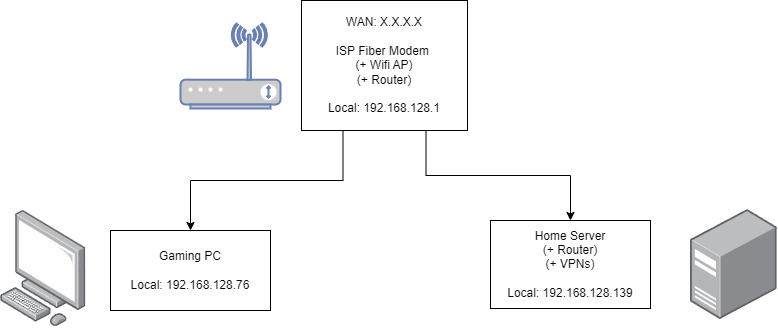
Before: assets/home_network.drawio.png, a diagram exported from draw.io (ckcr4lyf/home-network). Source tidied: cells renumbered, new cells last; positions are measured from the earlier drawing's top-left corner, leaving out a move shared by most shapes.
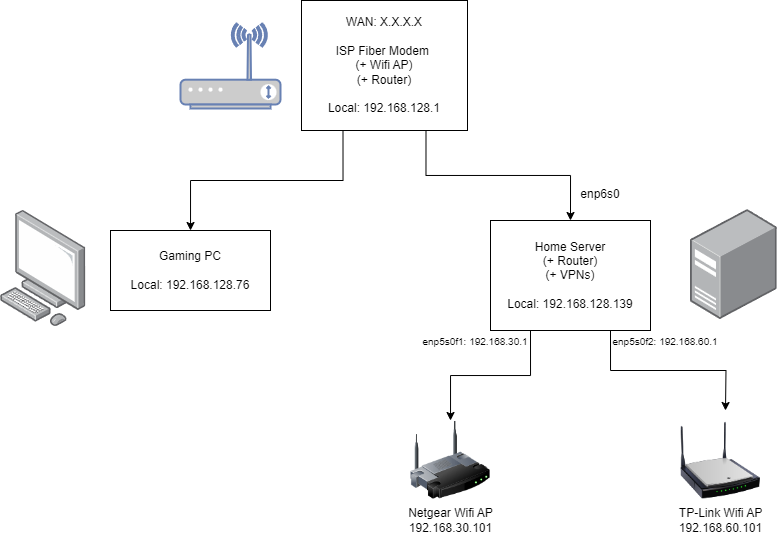
The same file after the commit.

Commit message:
Update diagram a bit

Diff of the diagram source:
```diff
@@ -20,11 +20,40 @@
     <mxCell id="7" style="html=1;align=center;shadow=0;dashed=0;image;image=img/lib/allied_telesis/computer_and_terminals/Personal_Computer.svg;" parent="1" vertex="1">
       <mxGeometry y="210" width="85.6" height="116" as="geometry" />
     </mxCell>
+    <mxCell id="10" style="edgeStyle=orthogonalEdgeStyle;rounded=0;jettySize=auto;html=1;exitX=0.25;exitY=1;exitDx=0;exitDy=0;" parent="1" edge="1" source="8" target="12">
+      <mxGeometry relative="1" as="geometry" />
+    </mxCell>
     <mxCell id="8" value="Home Server&lt;br&gt;(+ Router)&lt;br&gt;(+ VPNs)&lt;br&gt;&lt;br style=&quot;border-color: var(--border-color);&quot;&gt;Local: 192.168.128.139" style="rounded=0;whiteSpace=wrap;html=1;" parent="1" vertex="1">
-      <mxGeometry x="490" y="220" width="160" height="88" as="geometry" />
+      <mxGeometry x="490" y="220" width="160" height="110" as="geometry" />
     </mxCell>
     <mxCell id="9" style="html=1;align=center;shadow=0;dashed=0;image;image=img/lib/allied_telesis/computer_and_terminals/Server_Desktop.svg;" parent="1" vertex="1">
       <mxGeometry x="690" y="209" width="86.8" height="110" as="geometry" />
     </mxCell>
+    <mxCell id="11" value="enp6s0" style="text;html=1;align=center;verticalAlign=middle;whiteSpace=wrap;rounded=0;" parent="1" vertex="1">
+      <mxGeometry x="570" y="179" width="60" height="30" as="geometry" />
+    </mxCell>
+    <mxCell id="12" style="image;html=1;image=img/lib/clip_art/networking/Wireless_Router_128x128.png;" parent="1" vertex="1">
+      <mxGeometry x="410" y="420" width="80" height="80" as="geometry" />
+    </mxCell>
+    <mxCell id="13" style="image;html=1;image=img/lib/clip_art/networking/Wireless_Router_N_128x128.png;" parent="1" vertex="1">
+      <mxGeometry x="680" y="420" width="80" height="80" as="geometry" />
+    </mxCell>
+    <mxCell id="14" value="Netgear Wifi AP&lt;br&gt;192.168.30.101" style="text;html=1;align=center;verticalAlign=middle;strokeColor=none;fillColor=none;" parent="1" vertex="1">
+      <mxGeometry x="395" y="500" width="110" height="40" as="geometry" />
+    </mxCell>
+    <mxCell id="15" style="edgeStyle=orthogonalEdgeStyle;rounded=0;jettySize=auto;html=1;exitX=0.75;exitY=1;exitDx=0;exitDy=0;" parent="1" edge="1" source="8">
+      <mxGeometry relative="1" as="geometry">
+        <mxPoint x="725" y="410" as="targetPoint" />
+      </mxGeometry>
+    </mxCell>
+    <mxCell id="16" value="TP-Link Wifi AP&lt;br&gt;192.168.60.101" style="text;html=1;align=center;verticalAlign=middle;strokeColor=none;fillColor=none;" parent="1" vertex="1">
+      <mxGeometry x="665" y="500" width="110" height="40" as="geometry" />
+    </mxCell>
+    <mxCell id="17" value="enp5s0f1: 192.168.30.1" style="text;html=1;align=center;verticalAlign=middle;whiteSpace=wrap;rounded=0;fontSize=10;" parent="1" vertex="1">
+      <mxGeometry x="410" y="326" width="130" height="30" as="geometry" />
+    </mxCell>
+    <mxCell id="18" value="&lt;font style=&quot;font-size: 10px;&quot;&gt;enp5s0f2: 192.168.60.1&lt;/font&gt;" style="text;html=1;align=center;verticalAlign=middle;whiteSpace=wrap;rounded=0;fontSize=8;" parent="1" vertex="1">
+      <mxGeometry x="600" y="326" width="130" height="30" as="geometry" />
+    </mxCell>
   </root>
 </mxGraphModel>
```
